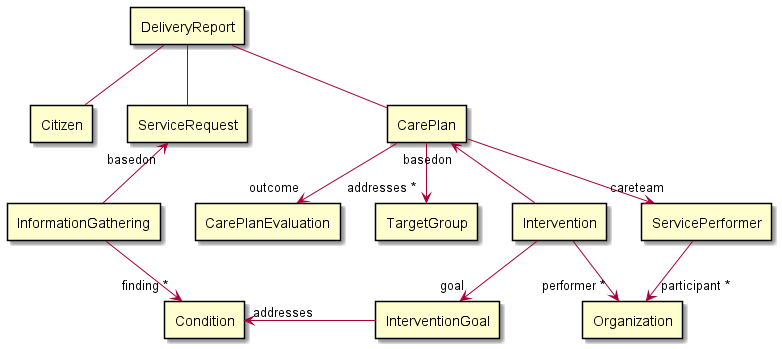
This is input/images/DeliveryReport.png from hl7dk/kl-ffb-reporting, a PlantUML export, as it was before one commit.
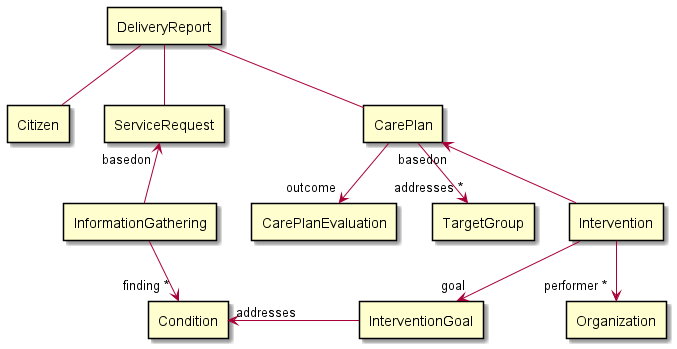
The same diagram one commit later.

The edit, as a diff of the source:
```diff
@@ -10,7 +10,6 @@
 rectangle "CarePlanEvaluation" as careplanevaluation
 rectangle "TargetGroup" as targetgroup
 rectangle "Intervention" as intervention
-rectangle "ServicePerformer" as team
 
 rectangle "Condition" as condition
 rectangle "InterventionGoal" as goal
@@ -24,8 +23,6 @@
 careplan -->"outcome" careplanevaluation
 careplan -->"addresses *" targetgroup
 careplan "basedon"<-- intervention
-careplan -->"careteam" team
-team -->"participant *" organization
 
 information -->"finding *" condition
 condition "addresses"<- goal
```
